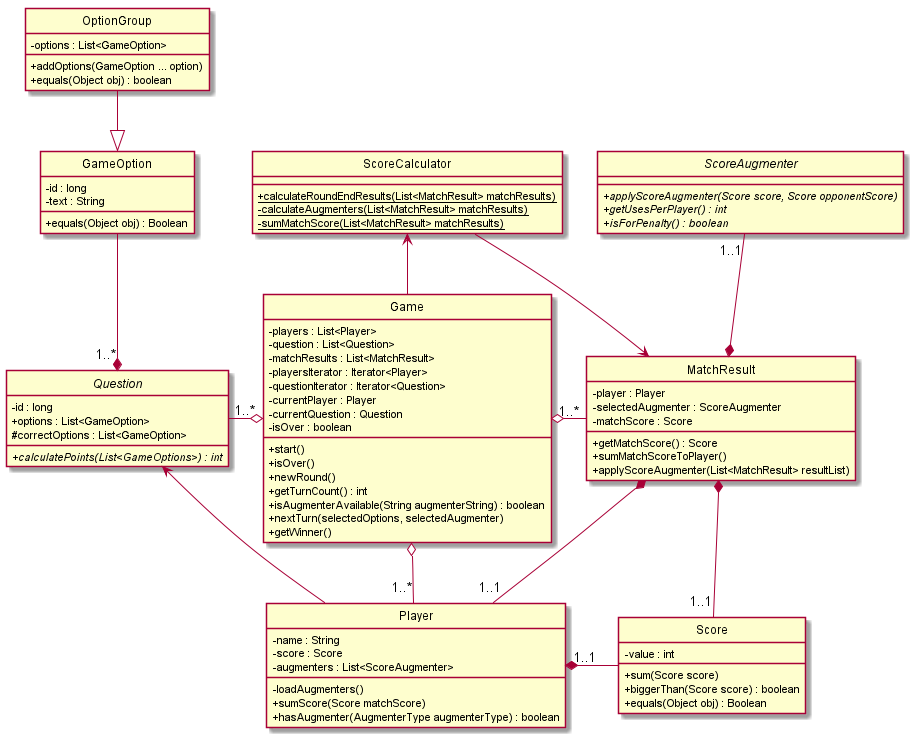
Earlier version of the PlantUML export docs/out/diagramaClases-Principal-TP2/DiagramaUML-Clases-TP2.png (GEscandar/TP2-Kahoot).
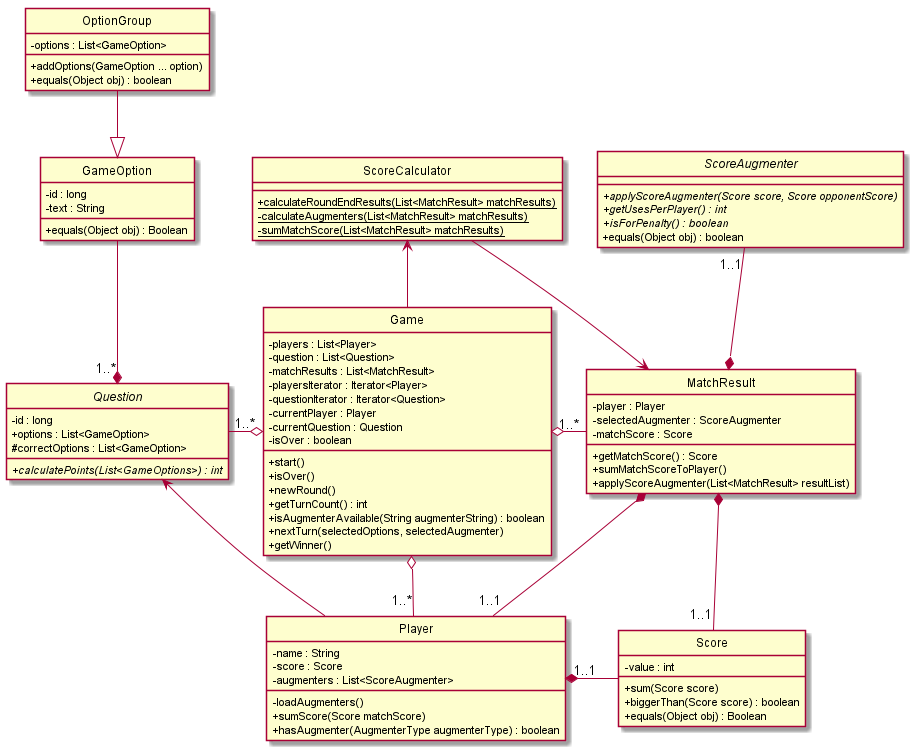
The same file after the commit.

Commit message:
Más correcciones sobre diagramas

What changed in the source:
```diff
@@ -74,6 +74,7 @@
     + {abstract}applyScoreAugmenter(Score score, Score opponentScore)
     + {abstract}getUsesPerPlayer() : int
     + {abstract}isForPenalty() : boolean
+    + equals(Object obj) : boolean
 }
 
 
```
